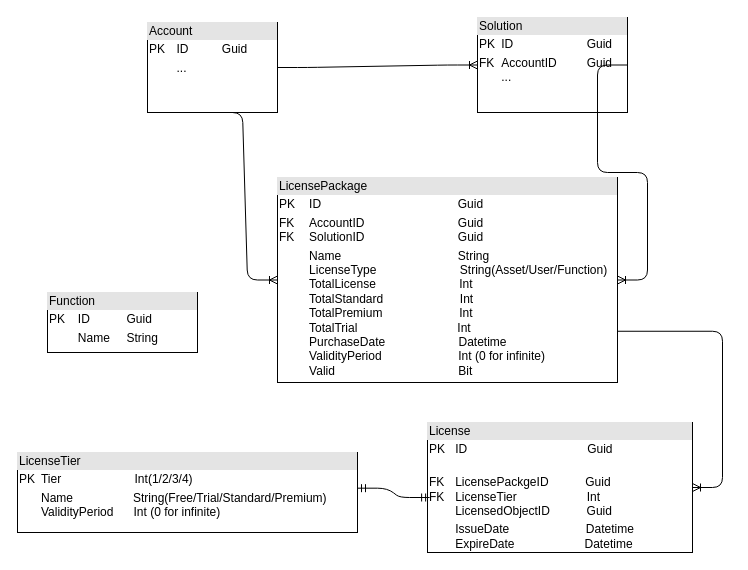
xiaowei90113/Design keeps this draw.io diagram as page "Physical Data Model" (1 of 3) of SFx License Management Tech Design.drawio. Above is the earlier version. Source tidied: cells renumbered, new cells numbered last; positions are measured from the earlier drawing's top-left corner, leaving out a move shared by most shapes. Both pictures are drawn from the tidied source at 100%, with x=0, y=0 at pixel (17, 17).
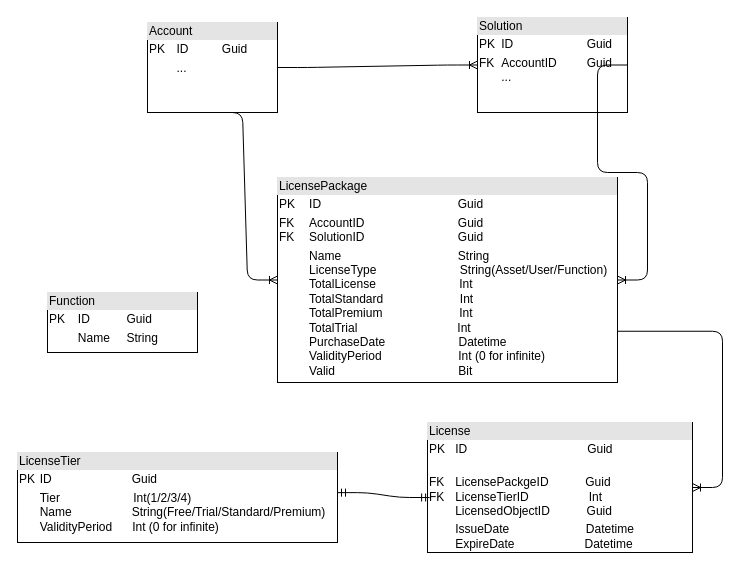
The same diagram, later.

What changed in the source:
```diff
@@
 <mxGraphModel>
   <root>
     <mxCell id="0" />
     <mxCell id="1" parent="0" />
     <mxCell id="2" value="&lt;div style=&quot;box-sizing: border-box ; width: 100% ; background: #e4e4e4 ; padding: 2px&quot;&gt;LicensePackage&lt;br&gt;&lt;/div&gt;&lt;table style=&quot;width: 100% ; font-size: 1em&quot; cellpadding=&quot;2&quot; cellspacing=&quot;0&quot;&gt;&lt;tbody&gt;&lt;tr&gt;&lt;td&gt;PK&lt;/td&gt;&lt;td&gt;ID&amp;nbsp; &amp;nbsp; &amp;nbsp; &amp;nbsp; &amp;nbsp; &amp;nbsp; &amp;nbsp; &amp;nbsp; &amp;nbsp; &amp;nbsp; &amp;nbsp; &amp;nbsp; &amp;nbsp; &amp;nbsp; &amp;nbsp; &amp;nbsp; &amp;nbsp; &amp;nbsp; &amp;nbsp; &amp;nbsp; &amp;nbsp;Guid&lt;br&gt;&lt;/td&gt;&lt;/tr&gt;&lt;tr&gt;&lt;td&gt;FK&amp;nbsp; &amp;nbsp;&lt;br&gt;FK&lt;br&gt;&lt;/td&gt;&lt;td&gt;AccountID&amp;nbsp; &amp;nbsp; &amp;nbsp; &amp;nbsp; &amp;nbsp; &amp;nbsp; &amp;nbsp; &amp;nbsp; &amp;nbsp; &amp;nbsp; &amp;nbsp; &amp;nbsp; &amp;nbsp; &amp;nbsp; Guid&lt;br&gt;SolutionID&amp;nbsp; &amp;nbsp; &amp;nbsp; &amp;nbsp; &amp;nbsp; &amp;nbsp; &amp;nbsp; &amp;nbsp; &amp;nbsp; &amp;nbsp; &amp;nbsp; &amp;nbsp; &amp;nbsp; &amp;nbsp; Guid&lt;br&gt;&lt;/td&gt;&lt;/tr&gt;&lt;tr&gt;&lt;td&gt;&lt;/td&gt;&lt;td&gt;Name&amp;nbsp; &amp;nbsp; &amp;nbsp; &amp;nbsp; &amp;nbsp; &amp;nbsp; &amp;nbsp; &amp;nbsp; &amp;nbsp; &amp;nbsp; &amp;nbsp; &amp;nbsp; &amp;nbsp; &amp;nbsp; &amp;nbsp; &amp;nbsp; &amp;nbsp; &amp;nbsp;String&lt;br&gt;LicenseType&amp;nbsp; &amp;nbsp; &amp;nbsp; &amp;nbsp; &amp;nbsp; &amp;nbsp; &amp;nbsp; &amp;nbsp; &amp;nbsp; &amp;nbsp; &amp;nbsp; &amp;nbsp; &amp;nbsp;String(Asset/User/Function)&lt;br&gt;TotalLicense&amp;nbsp; &amp;nbsp; &amp;nbsp; &amp;nbsp; &amp;nbsp; &amp;nbsp; &amp;nbsp; &amp;nbsp; &amp;nbsp; &amp;nbsp; &amp;nbsp; &amp;nbsp; &amp;nbsp;Int&lt;br&gt;TotalStandard&amp;nbsp; &amp;nbsp; &amp;nbsp; &amp;nbsp; &amp;nbsp; &amp;nbsp; &amp;nbsp; &amp;nbsp; &amp;nbsp; &amp;nbsp; &amp;nbsp; &amp;nbsp;Int&lt;br&gt;TotalPremium&amp;nbsp; &amp;nbsp; &amp;nbsp; &amp;nbsp; &amp;nbsp; &amp;nbsp; &amp;nbsp; &amp;nbsp; &amp;nbsp; &amp;nbsp; &amp;nbsp; &amp;nbsp;Int&lt;br&gt;TotalTrial&amp;nbsp; &amp;nbsp; &amp;nbsp; &amp;nbsp; &amp;nbsp; &amp;nbsp; &amp;nbsp; &amp;nbsp; &amp;nbsp; &amp;nbsp; &amp;nbsp; &amp;nbsp; &amp;nbsp; &amp;nbsp; &amp;nbsp; Int&lt;br&gt;PurchaseDate&amp;nbsp; &amp;nbsp; &amp;nbsp; &amp;nbsp; &amp;nbsp; &amp;nbsp; &amp;nbsp; &amp;nbsp; &amp;nbsp; &amp;nbsp; &amp;nbsp; Datetime&lt;br&gt;ValidityPeriod&amp;nbsp; &amp;nbsp; &amp;nbsp; &amp;nbsp; &amp;nbsp; &amp;nbsp; &amp;nbsp; &amp;nbsp; &amp;nbsp; &amp;nbsp; &amp;nbsp; &amp;nbsp;Int (0 for infinite)&lt;br&gt;Valid&amp;nbsp; &amp;nbsp; &amp;nbsp; &amp;nbsp; &amp;nbsp; &amp;nbsp; &amp;nbsp; &amp;nbsp; &amp;nbsp; &amp;nbsp; &amp;nbsp; &amp;nbsp; &amp;nbsp; &amp;nbsp; &amp;nbsp; &amp;nbsp; &amp;nbsp; &amp;nbsp; &amp;nbsp;Bit&lt;br&gt;&lt;br&gt;&lt;br&gt;&lt;br&gt;&lt;br&gt;&lt;/td&gt;&lt;/tr&gt;&lt;/tbody&gt;&lt;/table&gt;" style="verticalAlign=top;align=left;overflow=fill;html=1;" parent="1" vertex="1">
       <mxGeometry x="260" y="160" width="340" height="205" as="geometry" />
     </mxCell>
-    <mxCell id="3" value="&lt;div style=&quot;box-sizing: border-box ; width: 100% ; background: #e4e4e4 ; padding: 2px&quot;&gt;License&lt;br&gt;&lt;/div&gt;&lt;table style=&quot;width: 100% ; font-size: 1em&quot; cellpadding=&quot;2&quot; cellspacing=&quot;0&quot;&gt;&lt;tbody&gt;&lt;tr&gt;&lt;td&gt;PK&lt;/td&gt;&lt;td&gt;ID&amp;nbsp; &amp;nbsp; &amp;nbsp; &amp;nbsp; &amp;nbsp; &amp;nbsp; &amp;nbsp; &amp;nbsp; &amp;nbsp; &amp;nbsp; &amp;nbsp; &amp;nbsp; &amp;nbsp; &amp;nbsp; &amp;nbsp; &amp;nbsp; &amp;nbsp; &amp;nbsp; Guid&lt;br&gt;&lt;/td&gt;&lt;/tr&gt;&lt;tr&gt;&lt;td&gt;FK&lt;br&gt;FK&lt;/td&gt;&lt;td&gt;&lt;br&gt;LicensePackgeID&amp;nbsp; &amp;nbsp; &amp;nbsp; &amp;nbsp; &amp;nbsp; &amp;nbsp;Guid&lt;br&gt;LicenseTier&amp;nbsp; &amp;nbsp; &amp;nbsp; &amp;nbsp; &amp;nbsp; &amp;nbsp; &amp;nbsp; &amp;nbsp; &amp;nbsp; &amp;nbsp; &amp;nbsp;Int&lt;br&gt;LicensedObjectID&amp;nbsp; &amp;nbsp; &amp;nbsp; &amp;nbsp; &amp;nbsp; &amp;nbsp;Guid&lt;br&gt;&lt;/td&gt;&lt;/tr&gt;&lt;tr&gt;&lt;td&gt;&lt;br&gt;&lt;/td&gt;&lt;td&gt;IssueDate&amp;nbsp; &amp;nbsp; &amp;nbsp; &amp;nbsp; &amp;nbsp; &amp;nbsp; &amp;nbsp; &amp;nbsp; &amp;nbsp; &amp;nbsp; &amp;nbsp; &amp;nbsp;Datetime&lt;br&gt;ExpireDate&amp;nbsp; &amp;nbsp; &amp;nbsp; &amp;nbsp; &amp;nbsp; &amp;nbsp; &amp;nbsp; &amp;nbsp; &amp;nbsp; &amp;nbsp; &amp;nbsp;Datetime&lt;br&gt;&lt;br&gt;&lt;br&gt;&lt;br&gt;&lt;br&gt;&lt;/td&gt;&lt;/tr&gt;&lt;/tbody&gt;&lt;/table&gt;" style="verticalAlign=top;align=left;overflow=fill;html=1;" parent="1" vertex="1">
+    <mxCell id="3" value="&lt;div style=&quot;box-sizing: border-box ; width: 100% ; background: #e4e4e4 ; padding: 2px&quot;&gt;License&lt;br&gt;&lt;/div&gt;&lt;table style=&quot;width: 100% ; font-size: 1em&quot; cellpadding=&quot;2&quot; cellspacing=&quot;0&quot;&gt;&lt;tbody&gt;&lt;tr&gt;&lt;td&gt;PK&lt;/td&gt;&lt;td&gt;ID&amp;nbsp; &amp;nbsp; &amp;nbsp; &amp;nbsp; &amp;nbsp; &amp;nbsp; &amp;nbsp; &amp;nbsp; &amp;nbsp; &amp;nbsp; &amp;nbsp; &amp;nbsp; &amp;nbsp; &amp;nbsp; &amp;nbsp; &amp;nbsp; &amp;nbsp; &amp;nbsp; Guid&lt;br&gt;&lt;/td&gt;&lt;/tr&gt;&lt;tr&gt;&lt;td&gt;FK&lt;br&gt;FK&lt;/td&gt;&lt;td&gt;&lt;br&gt;LicensePackgeID&amp;nbsp; &amp;nbsp; &amp;nbsp; &amp;nbsp; &amp;nbsp; &amp;nbsp;Guid&lt;br&gt;LicenseTierID&amp;nbsp; &amp;nbsp; &amp;nbsp; &amp;nbsp; &amp;nbsp; &amp;nbsp; &amp;nbsp; &amp;nbsp; &amp;nbsp; Int&lt;br&gt;LicensedObjectID&amp;nbsp; &amp;nbsp; &amp;nbsp; &amp;nbsp; &amp;nbsp; &amp;nbsp;Guid&lt;br&gt;&lt;/td&gt;&lt;/tr&gt;&lt;tr&gt;&lt;td&gt;&lt;br&gt;&lt;/td&gt;&lt;td&gt;IssueDate&amp;nbsp; &amp;nbsp; &amp;nbsp; &amp;nbsp; &amp;nbsp; &amp;nbsp; &amp;nbsp; &amp;nbsp; &amp;nbsp; &amp;nbsp; &amp;nbsp; &amp;nbsp;Datetime&lt;br&gt;ExpireDate&amp;nbsp; &amp;nbsp; &amp;nbsp; &amp;nbsp; &amp;nbsp; &amp;nbsp; &amp;nbsp; &amp;nbsp; &amp;nbsp; &amp;nbsp; &amp;nbsp;Datetime&lt;br&gt;&lt;br&gt;&lt;br&gt;&lt;br&gt;&lt;br&gt;&lt;/td&gt;&lt;/tr&gt;&lt;/tbody&gt;&lt;/table&gt;" style="verticalAlign=top;align=left;overflow=fill;html=1;" parent="1" vertex="1">
       <mxGeometry x="410" y="405" width="265" height="130" as="geometry" />
     </mxCell>
     <mxCell id="4" value="&lt;div style=&quot;box-sizing: border-box ; width: 100% ; background: #e4e4e4 ; padding: 2px&quot;&gt;Solution&lt;/div&gt;&lt;table style=&quot;width: 100% ; font-size: 1em&quot; cellpadding=&quot;2&quot; cellspacing=&quot;0&quot;&gt;&lt;tbody&gt;&lt;tr&gt;&lt;td&gt;PK&lt;/td&gt;&lt;td&gt;ID&amp;nbsp; &amp;nbsp; &amp;nbsp; &amp;nbsp; &amp;nbsp; &amp;nbsp; &amp;nbsp; &amp;nbsp; &amp;nbsp; &amp;nbsp; &amp;nbsp; Guid&lt;/td&gt;&lt;/tr&gt;&lt;tr&gt;&lt;td&gt;FK&lt;br&gt;&lt;br&gt;&lt;/td&gt;&lt;td&gt;AccountID&amp;nbsp; &amp;nbsp; &amp;nbsp; &amp;nbsp; &amp;nbsp;Guid&lt;br&gt;...&lt;/td&gt;&lt;/tr&gt;&lt;tr&gt;&lt;td&gt;&lt;/td&gt;&lt;td&gt;&lt;br&gt;&lt;br&gt;&lt;/td&gt;&lt;/tr&gt;&lt;/tbody&gt;&lt;/table&gt;" style="verticalAlign=top;align=left;overflow=fill;html=1;" parent="1" vertex="1">
       <mxGeometry x="460" width="150" height="95" as="geometry" />
     </mxCell>
     <mxCell id="5" value="&lt;div style=&quot;box-sizing: border-box ; width: 100% ; background: #e4e4e4 ; padding: 2px&quot;&gt;Account&lt;/div&gt;&lt;table style=&quot;width: 100% ; font-size: 1em&quot; cellpadding=&quot;2&quot; cellspacing=&quot;0&quot;&gt;&lt;tbody&gt;&lt;tr&gt;&lt;td&gt;PK&lt;/td&gt;&lt;td&gt;ID&amp;nbsp; &amp;nbsp; &amp;nbsp; &amp;nbsp; &amp;nbsp; Guid&lt;/td&gt;&lt;/tr&gt;&lt;tr&gt;&lt;td&gt;&lt;br&gt;&lt;/td&gt;&lt;td&gt;...&lt;/td&gt;&lt;/tr&gt;&lt;tr&gt;&lt;td&gt;&lt;/td&gt;&lt;td&gt;&lt;br&gt;&lt;/td&gt;&lt;/tr&gt;&lt;/tbody&gt;&lt;/table&gt;" style="verticalAlign=top;align=left;overflow=fill;html=1;" parent="1" vertex="1">
       <mxGeometry x="130" y="5" width="130" height="90" as="geometry" />
     </mxCell>
     <mxCell id="6" style="edgeStyle=entityRelationEdgeStyle;fontSize=12;html=1;endArrow=ERoneToMany;exitX=1;exitY=0.5;exitDx=0;exitDy=0;" parent="1" edge="1" source="5" target="4">
       <mxGeometry relative="1" as="geometry" />
     </mxCell>
     <mxCell id="7" style="edgeStyle=entityRelationEdgeStyle;fontSize=12;html=1;endArrow=ERoneToMany;exitX=1;exitY=0.5;exitDx=0;exitDy=0;" parent="1" edge="1" source="4" target="2">
       <mxGeometry relative="1" as="geometry" />
     </mxCell>
     <mxCell id="8" style="edgeStyle=entityRelationEdgeStyle;fontSize=12;html=1;endArrow=ERoneToMany;exitX=0.5;exitY=1;exitDx=0;exitDy=0;entryX=0;entryY=0.5;entryDx=0;entryDy=0;" parent="1" edge="1" source="5" target="2">
       <mxGeometry relative="1" as="geometry" />
     </mxCell>
     <mxCell id="9" style="edgeStyle=entityRelationEdgeStyle;fontSize=12;html=1;endArrow=ERoneToMany;exitX=1;exitY=0.75;exitDx=0;exitDy=0;" parent="1" edge="1" source="2" target="3">
       <mxGeometry relative="1" as="geometry" />
     </mxCell>
-    <mxCell id="10" value="&lt;div style=&quot;box-sizing: border-box ; width: 100% ; background: #e4e4e4 ; padding: 2px&quot;&gt;LicenseTier&lt;br&gt;&lt;/div&gt;&lt;table style=&quot;width: 100% ; font-size: 1em&quot; cellpadding=&quot;2&quot; cellspacing=&quot;0&quot;&gt;&lt;tbody&gt;&lt;tr&gt;&lt;td&gt;PK&lt;/td&gt;&lt;td&gt;Tier&amp;nbsp; &amp;nbsp; &amp;nbsp; &amp;nbsp; &amp;nbsp; &amp;nbsp; &amp;nbsp; &amp;nbsp; &amp;nbsp; &amp;nbsp; &amp;nbsp; Int(1/2/3/4)&lt;br&gt;&lt;/td&gt;&lt;/tr&gt;&lt;tr&gt;&lt;td&gt;&lt;br&gt;&lt;/td&gt;&lt;td&gt;Name&amp;nbsp; &amp;nbsp; &amp;nbsp; &amp;nbsp; &amp;nbsp; &amp;nbsp; &amp;nbsp; &amp;nbsp; &amp;nbsp; String(Free/Trial/Standard/Premium)&lt;br&gt;ValidityPeriod&amp;nbsp; &amp;nbsp; &amp;nbsp; Int (0 for infinite)&lt;/td&gt;&lt;/tr&gt;&lt;tr&gt;&lt;td&gt;&lt;/td&gt;&lt;td&gt;&lt;br&gt;&lt;br&gt;&lt;br&gt;&lt;br&gt;&lt;/td&gt;&lt;/tr&gt;&lt;/tbody&gt;&lt;/table&gt;" style="verticalAlign=top;align=left;overflow=fill;html=1;" parent="1" vertex="1">
-      <mxGeometry y="435" width="340" height="80" as="geometry" />
+    <mxCell id="10" value="&lt;div style=&quot;box-sizing: border-box ; width: 100% ; background: #e4e4e4 ; padding: 2px&quot;&gt;LicenseTier&lt;br&gt;&lt;/div&gt;&lt;table style=&quot;width: 100% ; font-size: 1em&quot; cellpadding=&quot;2&quot; cellspacing=&quot;0&quot;&gt;&lt;tbody&gt;&lt;tr&gt;&lt;td&gt;PK&lt;/td&gt;&lt;td&gt;ID&amp;nbsp; &amp;nbsp; &amp;nbsp; &amp;nbsp; &amp;nbsp; &amp;nbsp; &amp;nbsp; &amp;nbsp; &amp;nbsp; &amp;nbsp; &amp;nbsp; &amp;nbsp; Guid&lt;br&gt;&lt;/td&gt;&lt;/tr&gt;&lt;tr&gt;&lt;td&gt;&lt;br&gt;&lt;/td&gt;&lt;td&gt;Tier&amp;nbsp; &amp;nbsp; &amp;nbsp; &amp;nbsp; &amp;nbsp; &amp;nbsp; &amp;nbsp; &amp;nbsp; &amp;nbsp; &amp;nbsp; &amp;nbsp; Int(1/2/3/4)&lt;br&gt;Name&amp;nbsp; &amp;nbsp; &amp;nbsp; &amp;nbsp; &amp;nbsp; &amp;nbsp; &amp;nbsp; &amp;nbsp; &amp;nbsp; String(Free/Trial/Standard/Premium)&lt;br&gt;ValidityPeriod&amp;nbsp; &amp;nbsp; &amp;nbsp; Int (0 for infinite)&lt;/td&gt;&lt;/tr&gt;&lt;tr&gt;&lt;td&gt;&lt;/td&gt;&lt;td&gt;&lt;br&gt;&lt;br&gt;&lt;br&gt;&lt;br&gt;&lt;/td&gt;&lt;/tr&gt;&lt;/tbody&gt;&lt;/table&gt;" style="verticalAlign=top;align=left;overflow=fill;html=1;" parent="1" vertex="1">
+      <mxGeometry y="435" width="320" height="90" as="geometry" />
     </mxCell>
     <mxCell id="11" style="edgeStyle=entityRelationEdgeStyle;fontSize=12;html=1;endArrow=ERmandOne;startArrow=ERmandOne;entryX=0.008;entryY=0.577;entryDx=0;entryDy=0;entryPerimeter=0;exitX=1;exitY=0.446;exitDx=0;exitDy=0;exitPerimeter=0;" parent="1" edge="1" source="10" target="3">
       <mxGeometry relative="1" as="geometry" />
     </mxCell>
     <mxCell id="12" value="&lt;div style=&quot;box-sizing: border-box ; width: 100% ; background: #e4e4e4 ; padding: 2px&quot;&gt;Function&lt;/div&gt;&lt;table style=&quot;width: 100% ; font-size: 1em&quot; cellpadding=&quot;2&quot; cellspacing=&quot;0&quot;&gt;&lt;tbody&gt;&lt;tr&gt;&lt;td&gt;PK&lt;/td&gt;&lt;td&gt;ID&amp;nbsp; &amp;nbsp; &amp;nbsp; &amp;nbsp; &amp;nbsp; &amp;nbsp;Guid&lt;br&gt;&lt;/td&gt;&lt;/tr&gt;&lt;tr&gt;&lt;td&gt;&lt;br&gt;&lt;/td&gt;&lt;td&gt;Name&amp;nbsp; &amp;nbsp; &amp;nbsp;String&lt;br&gt;&lt;br&gt;&lt;/td&gt;&lt;/tr&gt;&lt;tr&gt;&lt;td&gt;&lt;/td&gt;&lt;td&gt;&lt;br&gt;&lt;br&gt;&lt;br&gt;&lt;br&gt;&lt;/td&gt;&lt;/tr&gt;&lt;/tbody&gt;&lt;/table&gt;" style="verticalAlign=top;align=left;overflow=fill;html=1;" parent="1" vertex="1">
       <mxGeometry x="30" y="275" width="150" height="60" as="geometry" />
     </mxCell>
   </root>
 </mxGraphModel>
```
